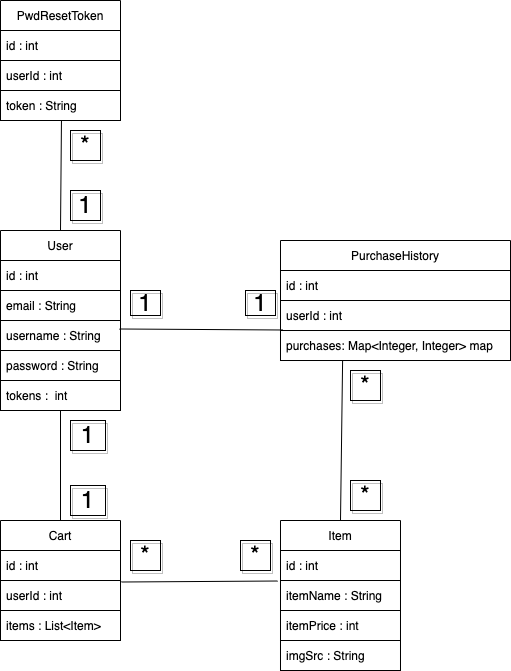
This is docs/DB UML Diagram.png from jaksonhensley/CSCI4300-FinalProject, a draw.io export, as it was before one commit. Source tidied: cells renumbered, new cells last; positions are measured from the earlier drawing's top-left corner, leaving out a move shared by most shapes.
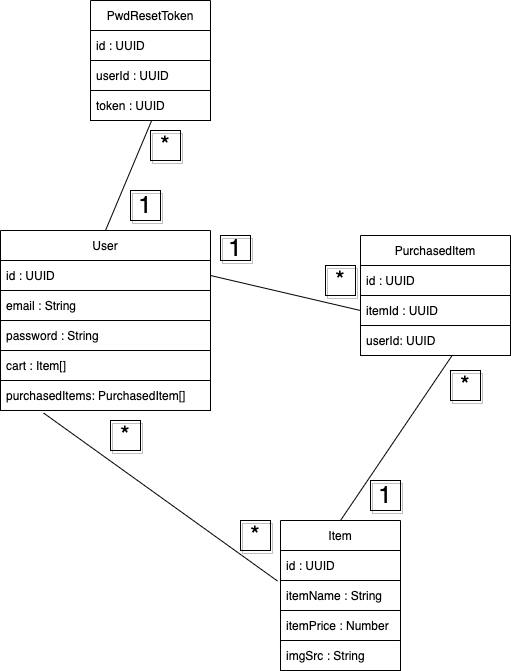
After the commit.

Diff of the diagram source:
```diff
@@ -2,123 +2,100 @@
   <root>
     <mxCell id="0" />
     <mxCell id="1" parent="0" />
-    <mxCell id="2" value="User" style="swimlane;fontStyle=0;horizontal=1;startSize=30;fontColor=#000000;strokeColor=#000000;" parent="1" vertex="1">
-      <mxGeometry y="230" width="120" height="180" as="geometry" />
+    <mxCell id="2" value="User" style="swimlane;fontStyle=0;horizontal=1;startSize=30;fontColor=#000000;strokeColor=#000000;fillColor=#FFFFFF;" parent="1" vertex="1">
+      <mxGeometry y="230" width="210" height="180" as="geometry" />
     </mxCell>
-    <mxCell id="3" value="id : int" style="text;strokeColor=#000000;fillColor=none;align=left;verticalAlign=middle;spacingLeft=4;spacingRight=4;overflow=hidden;points=[[0,0.5],[1,0.5]];portConstraint=eastwest;fontColor=#000000;" parent="2" vertex="1">
-      <mxGeometry y="30" width="120" height="30" as="geometry" />
+    <mxCell id="3" value="id : UUID" style="text;strokeColor=#000000;fillColor=none;align=left;verticalAlign=middle;spacingLeft=4;spacingRight=4;overflow=hidden;points=[[0,0.5],[1,0.5]];portConstraint=eastwest;fontColor=#000000;" parent="2" vertex="1">
+      <mxGeometry y="30" width="210" height="30" as="geometry" />
     </mxCell>
     <mxCell id="4" value="email : String" style="text;strokeColor=#000000;fillColor=none;align=left;verticalAlign=middle;spacingLeft=4;spacingRight=4;overflow=hidden;fontColor=#000000;" parent="2" vertex="1">
-      <mxGeometry y="60" width="120" height="30" as="geometry" />
+      <mxGeometry y="60" width="210" height="30" as="geometry" />
     </mxCell>
-    <mxCell id="5" value="username : String" style="text;strokeColor=#000000;fillColor=none;align=left;verticalAlign=middle;spacingLeft=4;spacingRight=4;overflow=hidden;points=[[0,0.5],[1,0.5]];portConstraint=eastwest;fontColor=#000000;" parent="2" vertex="1">
-      <mxGeometry y="90" width="120" height="30" as="geometry" />
-    </mxCell>
     <mxCell id="6" value="password : String" style="text;strokeColor=#000000;fillColor=none;align=left;verticalAlign=middle;spacingLeft=4;spacingRight=4;overflow=hidden;fontColor=#000000;" parent="2" vertex="1">
-      <mxGeometry y="120" width="120" height="30" as="geometry" />
+      <mxGeometry y="90" width="210" height="30" as="geometry" />
     </mxCell>
-    <mxCell id="7" value="tokens :  int" style="text;strokeColor=#000000;fillColor=none;align=left;verticalAlign=middle;spacingLeft=4;spacingRight=4;overflow=hidden;fontColor=#000000;" parent="2" vertex="1">
-      <mxGeometry y="150" width="120" height="30" as="geometry" />
-    </mxCell>
+    <mxCell id="40" value="cart : Item[]" style="text;strokeColor=#000000;fillColor=none;align=left;verticalAlign=middle;spacingLeft=4;spacingRight=4;overflow=hidden;fontColor=#000000;" parent="2" vertex="1">
+      <mxGeometry y="120" width="210" height="30" as="geometry" />
+    </mxCell>
+    <mxCell id="41" value="purchasedItems: PurchasedItem[]" style="text;strokeColor=#000000;fillColor=none;align=left;verticalAlign=middle;spacingLeft=4;spacingRight=4;overflow=hidden;points=[[0,0.5],[1,0.5]];portConstraint=eastwest;fontColor=#000000;" parent="2" vertex="1">
+      <mxGeometry y="150" width="210" height="30" as="geometry" />
+    </mxCell>
-    <mxCell id="8" value="PwdResetToken" style="swimlane;fontStyle=0;horizontal=1;startSize=30;" parent="1" vertex="1">
-      <mxGeometry width="120" height="120" as="geometry" />
+    <mxCell id="8" value="PwdResetToken" style="swimlane;fontStyle=0;horizontal=1;startSize=30;fontColor=#000000;gradientColor=#ffffff;fillColor=#FFFFFF;strokeColor=#000000;" parent="1" vertex="1">
+      <mxGeometry x="90" width="120" height="120" as="geometry" />
     </mxCell>
-    <mxCell id="9" value="id : int" style="text;strokeColor=#000000;fillColor=none;align=left;verticalAlign=middle;spacingLeft=4;spacingRight=4;overflow=hidden;fontColor=#000000;" parent="8" vertex="1">
+    <mxCell id="9" value="id : UUID" style="text;strokeColor=#000000;fillColor=none;align=left;verticalAlign=middle;spacingLeft=4;spacingRight=4;overflow=hidden;fontColor=#000000;" parent="8" vertex="1">
       <mxGeometry y="30" width="120" height="30" as="geometry" />
     </mxCell>
-    <mxCell id="10" value="userId : int" style="text;strokeColor=#000000;fillColor=none;align=left;verticalAlign=middle;spacingLeft=4;spacingRight=4;overflow=hidden;fontColor=#000000;" parent="8" vertex="1">
+    <mxCell id="10" value="userId : UUID" style="text;strokeColor=#000000;fillColor=none;align=left;verticalAlign=middle;spacingLeft=4;spacingRight=4;overflow=hidden;fontColor=#000000;" parent="8" vertex="1">
       <mxGeometry y="60" width="120" height="30" as="geometry" />
     </mxCell>
-    <mxCell id="11" value="token : String" style="text;strokeColor=#000000;fillColor=none;align=left;verticalAlign=middle;spacingLeft=4;spacingRight=4;overflow=hidden;points=[[0,0.5],[1,0.5]];portConstraint=eastwest;fontColor=#000000;" parent="8" vertex="1">
+    <mxCell id="11" value="token : UUID" style="text;strokeColor=#000000;fillColor=none;align=left;verticalAlign=middle;spacingLeft=4;spacingRight=4;overflow=hidden;points=[[0,0.5],[1,0.5]];portConstraint=eastwest;fontColor=#000000;" parent="8" vertex="1">
       <mxGeometry y="90" width="120" height="30" as="geometry" />
     </mxCell>
-    <mxCell id="12" value="Cart" style="swimlane;fontStyle=0;horizontal=1;startSize=30;fontColor=#000000;strokeColor=#000000;" parent="1" vertex="1">
-      <mxGeometry y="520" width="120" height="120" as="geometry" />
-    </mxCell>
-    <mxCell id="13" value="id : int" style="text;strokeColor=#000000;fillColor=none;align=left;verticalAlign=middle;spacingLeft=4;spacingRight=4;overflow=hidden;fontColor=#000000;" parent="12" vertex="1">
-      <mxGeometry y="30" width="120" height="30" as="geometry" />
-    </mxCell>
-    <mxCell id="14" value="userId : int" style="text;strokeColor=#000000;fillColor=none;align=left;verticalAlign=middle;spacingLeft=4;spacingRight=4;overflow=hidden;points=[[0,0.5],[1,0.5]];portConstraint=eastwest;fontColor=#000000;" parent="12" vertex="1">
-      <mxGeometry y="60" width="120" height="30" as="geometry" />
-    </mxCell>
-    <mxCell id="15" value="items : List&lt;Item&gt;" style="text;strokeColor=#000000;fillColor=none;align=left;verticalAlign=middle;spacingLeft=4;spacingRight=4;overflow=hidden;fontColor=#000000;" parent="12" vertex="1">
-      <mxGeometry y="90" width="120" height="30" as="geometry" />
-    </mxCell>
-    <mxCell id="16" value="Item" style="swimlane;fontStyle=0;horizontal=1;startSize=30;fontColor=#000000;strokeColor=#000000;" parent="1" vertex="1">
+    <mxCell id="16" value="Item" style="swimlane;fontStyle=0;horizontal=1;startSize=30;fontColor=#000000;strokeColor=#000000;fillColor=#FFFFFF;" parent="1" vertex="1">
       <mxGeometry x="280" y="520" width="120" height="150" as="geometry" />
     </mxCell>
-    <mxCell id="17" value="id : int" style="text;strokeColor=#000000;fillColor=none;align=left;verticalAlign=middle;spacingLeft=4;spacingRight=4;overflow=hidden;fontColor=#000000;" parent="16" vertex="1">
+    <mxCell id="17" value="id : UUID" style="text;strokeColor=#000000;fillColor=none;align=left;verticalAlign=middle;spacingLeft=4;spacingRight=4;overflow=hidden;fontColor=#000000;" parent="16" vertex="1">
       <mxGeometry y="30" width="120" height="30" as="geometry" />
     </mxCell>
     <mxCell id="18" value="itemName : String" style="text;strokeColor=#000000;fillColor=none;align=left;verticalAlign=middle;spacingLeft=4;spacingRight=4;overflow=hidden;points=[[0,0.5],[1,0.5]];portConstraint=eastwest;fontColor=#000000;" parent="16" vertex="1">
       <mxGeometry y="60" width="120" height="30" as="geometry" />
     </mxCell>
-    <mxCell id="19" value="itemPrice : int" style="text;strokeColor=#000000;fillColor=none;align=left;verticalAlign=middle;spacingLeft=4;spacingRight=4;overflow=hidden;fontColor=#000000;" parent="16" vertex="1">
+    <mxCell id="19" value="itemPrice : Number" style="text;strokeColor=#000000;fillColor=none;align=left;verticalAlign=middle;spacingLeft=4;spacingRight=4;overflow=hidden;fontColor=#000000;" parent="16" vertex="1">
       <mxGeometry y="90" width="120" height="30" as="geometry" />
     </mxCell>
     <mxCell id="20" value="imgSrc : String" style="text;strokeColor=#000000;fillColor=none;align=left;verticalAlign=middle;spacingLeft=4;spacingRight=4;overflow=hidden;fontColor=#000000;fontStyle=0;" parent="16" vertex="1">
       <mxGeometry y="120" width="120" height="30" as="geometry" />
     </mxCell>
-    <mxCell id="21" value="PurchaseHistory" style="swimlane;fontStyle=0;horizontal=1;startSize=30;fontColor=#000000;strokeColor=#000000;" parent="1" vertex="1">
-      <mxGeometry x="280" y="240" width="230" height="120" as="geometry" />
-    </mxCell>
-    <mxCell id="22" value="id : int" style="text;strokeColor=#000000;fillColor=none;align=left;verticalAlign=middle;spacingLeft=4;spacingRight=4;overflow=hidden;fontColor=#000000;" parent="21" vertex="1">
-      <mxGeometry y="30" width="230" height="30" as="geometry" />
-    </mxCell>
-    <mxCell id="23" value="userId : int" style="text;strokeColor=#000000;fillColor=none;align=left;verticalAlign=middle;spacingLeft=4;spacingRight=4;overflow=hidden;fontColor=#000000;" parent="21" vertex="1">
-      <mxGeometry y="60" width="230" height="30" as="geometry" />
-    </mxCell>
-    <mxCell id="24" value="purchases: Map&lt;Integer, Integer&gt; map" style="text;strokeColor=#000000;fillColor=none;align=left;verticalAlign=middle;spacingLeft=4;spacingRight=4;overflow=hidden;points=[[0,0.5],[1,0.5]];portConstraint=eastwest;fontColor=#000000;" parent="21" vertex="1">
-      <mxGeometry y="90" width="230" height="30" as="geometry" />
-    </mxCell>
-    <mxCell id="25" style="endArrow=none;html=1;rounded=0;exitX=0.5;exitY=0;exitDx=0;exitDy=0;entryX=0.25;entryY=1;entryDx=0;entryDy=0;fontColor=#000000;strokeColor=#000000;" parent="1" edge="1" source="12">
-      <mxGeometry relative="1" as="geometry">
-        <mxPoint x="60" y="410" as="targetPoint" />
-      </mxGeometry>
-    </mxCell>
-    <mxCell id="26" style="endArrow=none;html=1;rounded=0;entryX=0.01;entryY=-0.017;entryDx=0;entryDy=0;entryPerimeter=0;exitX=0.992;exitY=0.283;exitDx=0;exitDy=0;exitPerimeter=0;fontColor=#000000;strokeColor=#000000;" parent="1" edge="1" source="5" target="24">
-      <mxGeometry relative="1" as="geometry" />
-    </mxCell>
-    <mxCell id="27" value="&lt;font style=&quot;font-size: 24px;&quot;&gt;1&lt;/font&gt;" style="text;html=1;strokeColor=#000000;fillColor=none;align=center;verticalAlign=middle;whiteSpace=wrap;rounded=0;shadow=1;fontColor=#000000;" parent="1" vertex="1">
-      <mxGeometry x="130" y="290" width="30" height="25" as="geometry" />
-    </mxCell>
-    <mxCell id="28" value="&lt;font style=&quot;font-size: 24px;&quot;&gt;1&lt;/font&gt;" style="text;html=1;strokeColor=#000000;fillColor=none;align=center;verticalAlign=middle;whiteSpace=wrap;rounded=0;shadow=1;fontColor=#000000;" parent="1" vertex="1">
-      <mxGeometry x="245" y="290" width="30" height="25" as="geometry" />
-    </mxCell>
     <mxCell id="29" style="endArrow=none;html=1;rounded=0;entryX=0.508;entryY=1.017;entryDx=0;entryDy=0;entryPerimeter=0;exitX=0.5;exitY=0;exitDx=0;exitDy=0;fontColor=#000000;strokeColor=#000000;" parent="1" edge="1" source="2" target="11">
       <mxGeometry relative="1" as="geometry" />
     </mxCell>
     <mxCell id="30" value="&lt;font style=&quot;font-size: 24px;&quot;&gt;1&lt;/font&gt;" style="text;html=1;strokeColor=#000000;fillColor=none;align=center;verticalAlign=middle;whiteSpace=wrap;rounded=0;shadow=1;fontColor=#000000;" parent="1" vertex="1">
-      <mxGeometry x="70" y="190" width="30" height="30" as="geometry" />
+      <mxGeometry x="130" y="190" width="30" height="30" as="geometry" />
     </mxCell>
     <mxCell id="31" value="&lt;font style=&quot;font-size: 24px;&quot;&gt;*&lt;/font&gt;" style="text;html=1;strokeColor=#000000;fillColor=none;align=center;verticalAlign=middle;whiteSpace=wrap;rounded=0;shadow=1;fontColor=#000000;" parent="1" vertex="1">
-      <mxGeometry x="70" y="130" width="30" height="30" as="geometry" />
+      <mxGeometry x="150" y="130" width="30" height="30" as="geometry" />
     </mxCell>
-    <mxCell id="32" value="&lt;font style=&quot;font-size: 24px;&quot;&gt;1&lt;/font&gt;" style="text;html=1;strokeColor=#000000;fillColor=none;align=center;verticalAlign=middle;whiteSpace=wrap;rounded=0;shadow=1;fontColor=#000000;" parent="1" vertex="1">
-      <mxGeometry x="70" y="420" width="35" height="30" as="geometry" />
-    </mxCell>
-    <mxCell id="33" value="&lt;font style=&quot;font-size: 24px;&quot;&gt;1&lt;/font&gt;" style="text;html=1;strokeColor=#000000;fillColor=none;align=center;verticalAlign=middle;whiteSpace=wrap;rounded=0;shadow=1;fontColor=#000000;" parent="1" vertex="1">
-      <mxGeometry x="70" y="485" width="35" height="30" as="geometry" />
-    </mxCell>
-    <mxCell id="34" style="endArrow=none;html=1;rounded=0;fontSize=24;entryX=-0.025;entryY=0.017;entryDx=0;entryDy=0;entryPerimeter=0;exitX=1.008;exitY=0.05;exitDx=0;exitDy=0;exitPerimeter=0;fontColor=#000000;strokeColor=#000000;" parent="1" edge="1" source="14" target="18">
+    <mxCell id="34" style="endArrow=none;html=1;rounded=0;fontSize=24;entryX=-0.025;entryY=0.017;entryDx=0;entryDy=0;entryPerimeter=0;exitX=0.205;exitY=1.083;exitDx=0;exitDy=0;exitPerimeter=0;fontColor=#000000;strokeColor=#000000;" parent="1" edge="1" source="41" target="18">
       <mxGeometry relative="1" as="geometry" />
     </mxCell>
-    <mxCell id="35" value="*" style="text;html=1;strokeColor=#000000;fillColor=none;align=center;verticalAlign=middle;whiteSpace=wrap;rounded=0;shadow=1;fontSize=24;fontColor=#000000;" parent="1" vertex="1">
-      <mxGeometry x="130" y="540" width="30" height="30" as="geometry" />
-    </mxCell>
     <mxCell id="36" value="*" style="text;html=1;strokeColor=#000000;fillColor=none;align=center;verticalAlign=middle;whiteSpace=wrap;rounded=0;shadow=1;fontSize=24;fontColor=#000000;" parent="1" vertex="1">
-      <mxGeometry x="240" y="540" width="30" height="30" as="geometry" />
+      <mxGeometry x="240" y="520" width="30" height="30" as="geometry" />
     </mxCell>
-    <mxCell id="37" style="endArrow=none;html=1;rounded=0;fontSize=24;entryX=0.27;entryY=1.017;entryDx=0;entryDy=0;entryPerimeter=0;fontColor=#000000;strokeColor=#000000;" parent="1" edge="1" target="24">
+    <mxCell id="37" style="endArrow=none;html=1;rounded=0;fontSize=24;fontColor=#000000;strokeColor=#000000;entryX=0.613;entryY=0.983;entryDx=0;entryDy=0;entryPerimeter=0;" parent="1" edge="1" target="45">
       <mxGeometry relative="1" as="geometry">
         <mxPoint x="340" y="520" as="sourcePoint" />
       </mxGeometry>
     </mxCell>
     <mxCell id="38" value="*" style="text;html=1;strokeColor=#000000;fillColor=none;align=center;verticalAlign=middle;whiteSpace=wrap;rounded=0;shadow=1;fontSize=24;fontColor=#000000;" parent="1" vertex="1">
-      <mxGeometry x="350" y="370" width="30" height="30" as="geometry" />
+      <mxGeometry x="450" y="370" width="30" height="30" as="geometry" />
     </mxCell>
-    <mxCell id="39" value="*" style="text;html=1;strokeColor=#000000;fillColor=none;align=center;verticalAlign=middle;whiteSpace=wrap;rounded=0;shadow=1;fontSize=24;fontColor=#000000;" parent="1" vertex="1">
-      <mxGeometry x="350" y="480" width="30" height="30" as="geometry" />
+    <mxCell id="39" value="1" style="text;html=1;strokeColor=#000000;fillColor=none;align=center;verticalAlign=middle;whiteSpace=wrap;rounded=0;shadow=1;fontSize=24;fontColor=#000000;" parent="1" vertex="1">
+      <mxGeometry x="370" y="480" width="30" height="30" as="geometry" />
     </mxCell>
+    <mxCell id="42" value="PurchasedItem" style="swimlane;fontStyle=0;horizontal=1;startSize=30;fontColor=#000000;strokeColor=#000000;fillColor=#FFFFFF;" parent="1" vertex="1">
+      <mxGeometry x="360" y="235" width="150" height="120" as="geometry" />
+    </mxCell>
+    <mxCell id="43" value="id : UUID" style="text;strokeColor=#000000;fillColor=none;align=left;verticalAlign=middle;spacingLeft=4;spacingRight=4;overflow=hidden;fontColor=#000000;" parent="42" vertex="1">
+      <mxGeometry y="30" width="150" height="30" as="geometry" />
+    </mxCell>
+    <mxCell id="44" value="itemId : UUID" style="text;strokeColor=#000000;fillColor=none;align=left;verticalAlign=middle;spacingLeft=4;spacingRight=4;overflow=hidden;points=[[0,0.5],[1,0.5]];portConstraint=eastwest;fontColor=#000000;" parent="42" vertex="1">
+      <mxGeometry y="60" width="150" height="30" as="geometry" />
+    </mxCell>
+    <mxCell id="45" value="userId: UUID" style="text;strokeColor=#000000;fillColor=none;align=left;verticalAlign=middle;spacingLeft=4;spacingRight=4;overflow=hidden;points=[[0,0.5],[1,0.5]];portConstraint=eastwest;fontColor=#000000;" parent="42" vertex="1">
+      <mxGeometry y="90" width="150" height="30" as="geometry" />
+    </mxCell>
+    <mxCell id="46" style="endArrow=none;html=1;rounded=0;fontSize=24;fontColor=#000000;strokeColor=#000000;exitX=1;exitY=0.5;exitDx=0;exitDy=0;entryX=0;entryY=0.5;entryDx=0;entryDy=0;" parent="1" edge="1" source="3" target="44">
+      <mxGeometry relative="1" as="geometry" />
+    </mxCell>
+    <mxCell id="47" value="&lt;span style=&quot;font-size: 24px&quot;&gt;1&lt;/span&gt;" style="text;html=1;strokeColor=#000000;fillColor=none;align=center;verticalAlign=middle;whiteSpace=wrap;rounded=0;shadow=1;fontColor=#000000;" parent="1" vertex="1">
+      <mxGeometry x="220" y="235" width="30" height="25" as="geometry" />
+    </mxCell>
+    <mxCell id="48" value="*" style="text;html=1;strokeColor=#000000;fillColor=none;align=center;verticalAlign=middle;whiteSpace=wrap;rounded=0;shadow=1;fontSize=24;fontColor=#000000;" parent="1" vertex="1">
+      <mxGeometry x="325" y="265" width="30" height="30" as="geometry" />
+    </mxCell>
+    <mxCell id="49" value="*" style="text;html=1;strokeColor=#000000;fillColor=none;align=center;verticalAlign=middle;whiteSpace=wrap;rounded=0;shadow=1;fontSize=24;fontColor=#000000;" parent="1" vertex="1">
+      <mxGeometry x="110" y="420" width="30" height="30" as="geometry" />
+    </mxCell>
   </root>
 </mxGraphModel>
```
